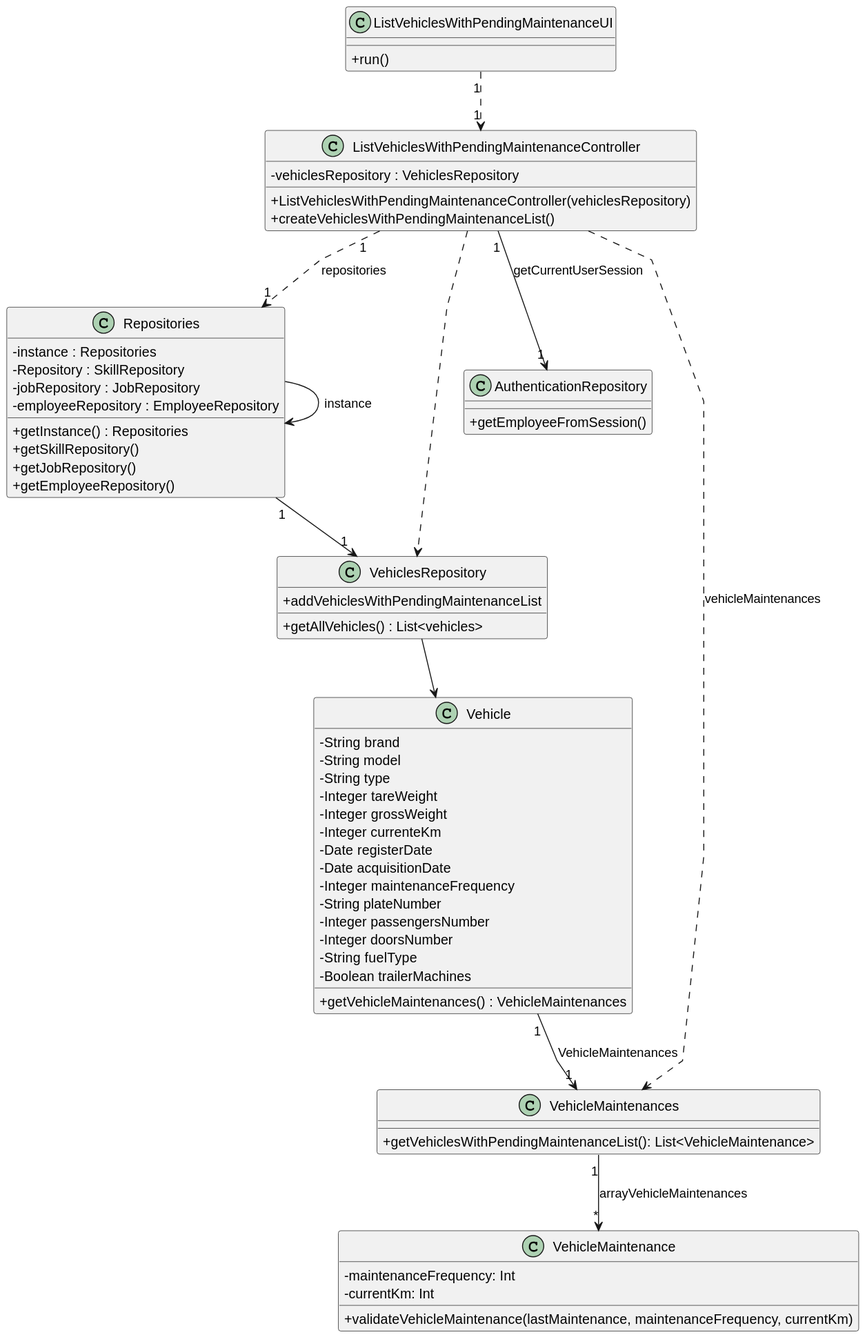
The PlantUML diagram docs/sprintC/us26/03.design/svg/us26-class-diagram.svg in Paulo-Pereira-at-ISEP/lei-24-s2-1nanb-g321, before a commit. The source it was exported from:
```plantuml
@startuml
skinparam packageStyle rectangle
skinparam shadowing false
skinparam linetype polyline

skinparam classAttributeIconSize 0


class ListVehiclesWithPendingMaintenanceController {
    -vehiclesRepository : VehiclesRepository

    +ListVehiclesWithPendingMaintenanceController(vehiclesRepository)
    + createVehiclesWithPendingMaintenanceList()

}


class ListVehiclesWithPendingMaintenanceUI {
    +run()
}


class Repositories{
    - instance : Repositories
    - Repository : SkillRepository
    - jobRepository : JobRepository
    - employeeRepository : EmployeeRepository


    + getInstance() : Repositories
    + getSkillRepository()
    + getJobRepository()
    + getEmployeeRepository()
}

class VehiclesRepository{
    +getAllVehicles() : List<vehicles>
    +addVehiclesWithPendingMaintenanceList
}

class AuthenticationRepository{
    + getEmployeeFromSession()
}

class Vehicle {
    - String brand
    - String model
    - String type
    - Integer tareWeight
    - Integer grossWeight
    - Integer currenteKm
    - Date registerDate
    - Date acquisitionDate
    - Integer maintenanceFrequency
    - String plateNumber
    - Integer passengersNumber
    - Integer doorsNumber
    - String fuelType
    - Boolean trailerMachines

    +getVehicleMaintenances() : VehicleMaintenances
}

class VehicleMaintenance{
-maintenanceFrequency: Int
-currentKm: Int

+validateVehicleMaintenance(lastMaintenance, maintenanceFrequency, currentKm)

}

class VehicleMaintenances{
+getVehiclesWithPendingMaintenanceList(): List<VehicleMaintenance>

}


ListVehiclesWithPendingMaintenanceUI "1" ..> "1" ListVehiclesWithPendingMaintenanceController

Vehicle "1" --> "1" VehicleMaintenances: VehicleMaintenances

VehicleMaintenances "1" --> "*" VehicleMaintenance: arrayVehicleMaintenances

Repositories -> Repositories : instance
Repositories "1" --> "1" VehiclesRepository

VehiclesRepository --> Vehicle

ListVehiclesWithPendingMaintenanceController ..> VehicleMaintenances : vehicleMaintenances
ListVehiclesWithPendingMaintenanceController ..> VehiclesRepository
ListVehiclesWithPendingMaintenanceController "1" ..> "1" Repositories : repositories
ListVehiclesWithPendingMaintenanceController "1" --> "1" AuthenticationRepository : getCurrentUserSession
@enduml
```
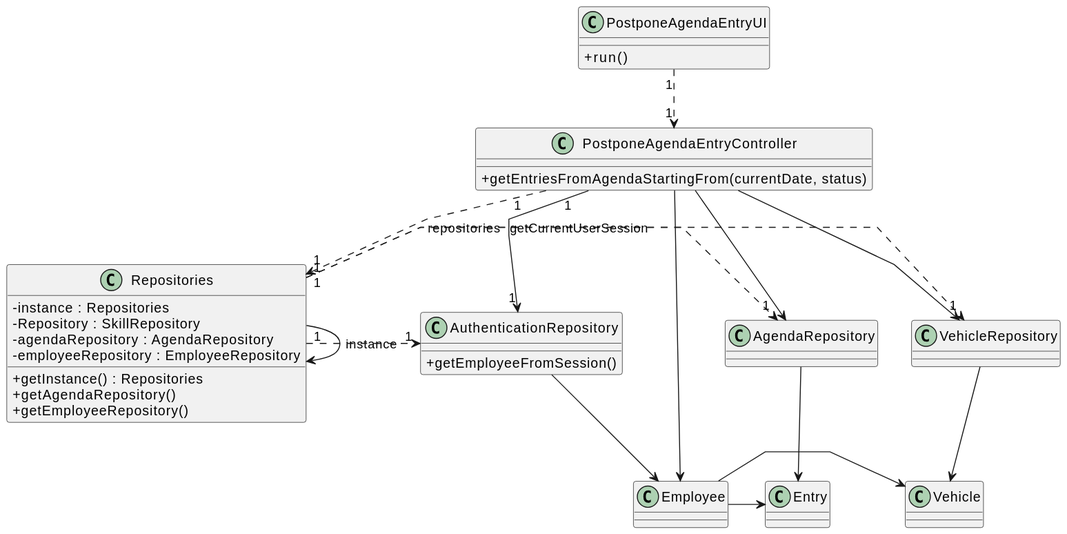
After the commit.

Commit message:
LGGPM-205 - US26 - Design - Class diagram and docs update

The edit, as a diff of the source:
```diff
@@ -6,16 +6,12 @@
 skinparam classAttributeIconSize 0
 
 
-class ListVehiclesWithPendingMaintenanceController {
-    -vehiclesRepository : VehiclesRepository
-
-    +ListVehiclesWithPendingMaintenanceController(vehiclesRepository)
-    + createVehiclesWithPendingMaintenanceList()
-
+class PostponeAgendaEntryController {
+    +getEntriesFromAgendaStartingFrom(currentDate, status)
 }
 
 
-class ListVehiclesWithPendingMaintenanceUI {
+class PostponeAgendaEntryUI {
     +run()
 }
 
@@ -23,71 +19,62 @@
 class Repositories{
     - instance : Repositories
     - Repository : SkillRepository
-    - jobRepository : JobRepository
+    - agendaRepository : AgendaRepository
     - employeeRepository : EmployeeRepository
 
-
     + getInstance() : Repositories
-    + getSkillRepository()
-    + getJobRepository()
+    + getAgendaRepository()
     + getEmployeeRepository()
 }
 
-class VehiclesRepository{
-    +getAllVehicles() : List<vehicles>
-    +addVehiclesWithPendingMaintenanceList
+class AgendaRepository{
+
+}
+
+class VehicleRepository{
+
 }
 
 class AuthenticationRepository{
     + getEmployeeFromSession()
 }
 
-class Vehicle {
-    - String brand
-    - String model
-    - String type
-    - Integer tareWeight
-    - Integer grossWeight
-    - Integer currenteKm
-    - Date registerDate
-    - Date acquisitionDate
-    - Integer maintenanceFrequency
-    - String plateNumber
-    - Integer passengersNumber
-    - Integer doorsNumber
-    - String fuelType
-    - Boolean trailerMachines
-
-    +getVehicleMaintenances() : VehicleMaintenances
-}
-
-class VehicleMaintenance{
--maintenanceFrequency: Int
--currentKm: Int
-
-+validateVehicleMaintenance(lastMaintenance, maintenanceFrequency, currentKm)
+class Entry {
 
 }
 
-class VehicleMaintenances{
-+getVehiclesWithPendingMaintenanceList(): List<VehicleMaintenance>
+class Vehicle {
+
+}
+
+class Employee {
 
 }
 
 
-ListVehiclesWithPendingMaintenanceUI "1" ..> "1" ListVehiclesWithPendingMaintenanceController
+PostponeAgendaEntryUI "1" ..> "1" PostponeAgendaEntryController
 
-Vehicle "1" --> "1" VehicleMaintenances: VehicleMaintenances
 
-VehicleMaintenances "1" --> "*" VehicleMaintenance: arrayVehicleMaintenances
+
 
 Repositories -> Repositories : instance
-Repositories "1" --> "1" VehiclesRepository
+Repositories "1" .> "1" AgendaRepository
+Repositories "1" .> "1" VehicleRepository
+Repositories "1" .> "1" AuthenticationRepository
 
-VehiclesRepository --> Vehicle
+AgendaRepository --> Entry
+VehicleRepository --> Vehicle
 
-ListVehiclesWithPendingMaintenanceController ..> VehicleMaintenances : vehicleMaintenances
-ListVehiclesWithPendingMaintenanceController ..> VehiclesRepository
-ListVehiclesWithPendingMaintenanceController "1" ..> "1" Repositories : repositories
-ListVehiclesWithPendingMaintenanceController "1" --> "1" AuthenticationRepository : getCurrentUserSession
+
+PostponeAgendaEntryController -> AgendaRepository
+PostponeAgendaEntryController -> VehicleRepository
+PostponeAgendaEntryController "1" ..> "1" Repositories : repositories
+PostponeAgendaEntryController "1" -> "1" AuthenticationRepository : getCurrentUserSession
+
+PostponeAgendaEntryController -> Employee
+
+AuthenticationRepository --> Employee
+
+Employee -> Entry
+Employee -> Vehicle
 @enduml
```
